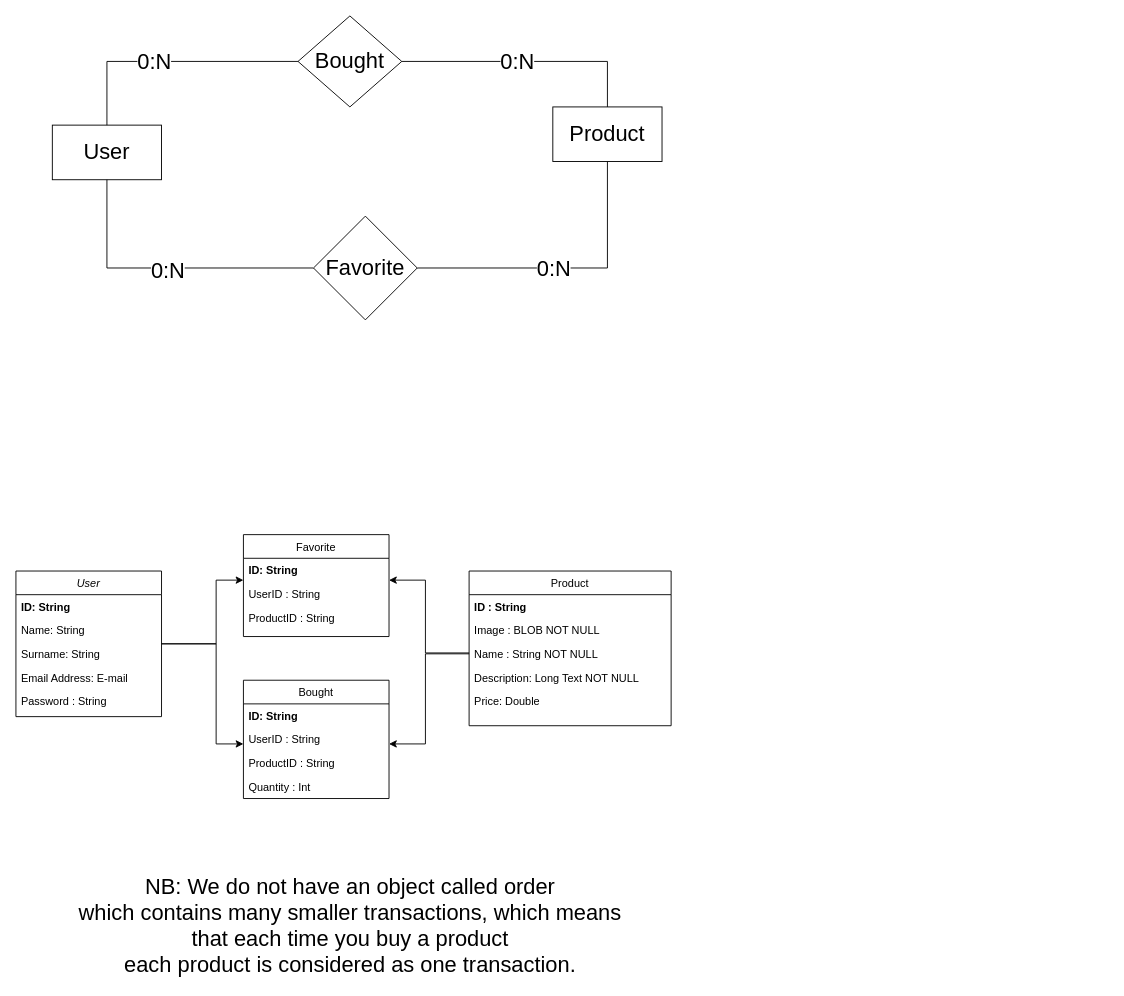
Above: docs/database-structure.drawio in itsPeetah/polimi-dima-2022-ecommerce (draw.io), before the change. Source tidied: cells renumbered, new cells numbered last; positions are measured from the earlier drawing's top-left corner, leaving out a move shared by most shapes. Both pictures are drawn from the tidied source at 91%, with x=0, y=0 at pixel (15, 15).
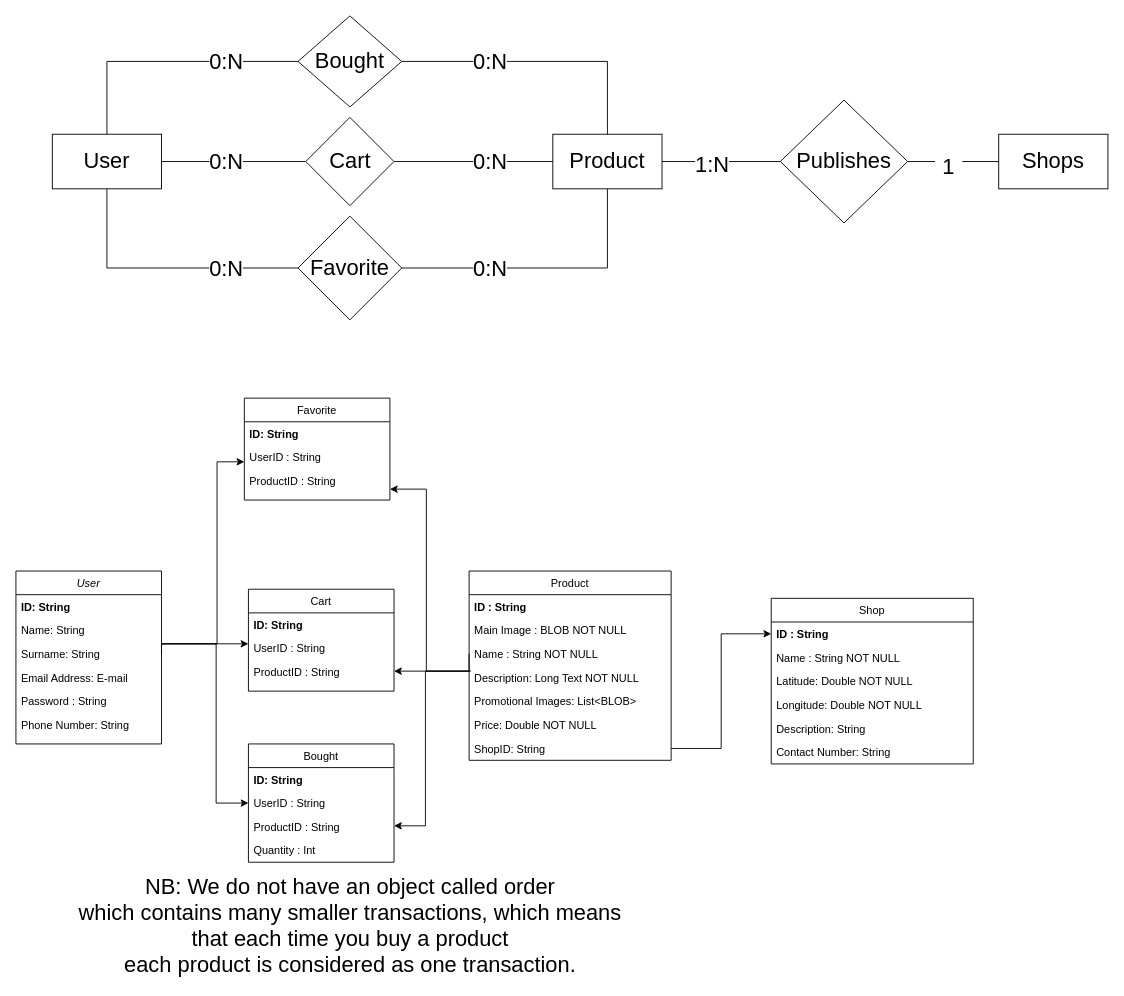
After the change.

The change refers to these unchanged cells:
```xml
<mxCell id="7" value="Surname: String" style="text;align=left;verticalAlign=top;spacingLeft=4;spacingRight=4;overflow=hidden;points=[[0,0.5],[1,0.5]];portConstraint=eastwest;rounded=0;shadow=0;html=0;" parent="4" vertex="1">
  <mxGeometry y="78" width="160" height="26" as="geometry" />
</mxCell>
<mxCell id="18" value="Name : String NOT NULL" style="text;align=left;verticalAlign=top;spacingLeft=4;spacingRight=4;overflow=hidden;points=[[0,0.5],[1,0.5]];portConstraint=eastwest;rounded=0;shadow=0;html=0;" parent="15" vertex="1">
  <mxGeometry y="78" width="222" height="26" as="geometry" />
</mxCell>
<mxCell id="27" style="endArrow=none;html=1;rounded=0;fontSize=24;exitX=0.5;exitY=0;exitDx=0;exitDy=0;entryX=0;entryY=0.5;entryDx=0;entryDy=0;" parent="1" edge="1" source="21" target="22">
  <mxGeometry relative="1" as="geometry">
    <Array as="points">
      <mxPoint x="100" y="50" />
    </Array>
  </mxGeometry>
</mxCell>
```

Diff of the diagram source:
```diff
@@
     <mxCell id="2" style="edgeStyle=orthogonalEdgeStyle;rounded=0;jettySize=auto;html=1;fontSize=24;" parent="1" edge="1" source="4" target="10">
       <mxGeometry relative="1" as="geometry">
         <Array as="points">
-          <mxPoint x="220" y="690" />
-          <mxPoint x="220" y="620" />
+          <mxPoint x="240" y="690" />
+          <mxPoint x="240" y="690" />
         </Array>
       </mxGeometry>
     </mxCell>
     <mxCell id="3" style="edgeStyle=orthogonalEdgeStyle;rounded=0;jettySize=auto;html=1;fontSize=24;" parent="1" edge="1" source="4" target="33">
       <mxGeometry relative="1" as="geometry">
         <Array as="points">
           <mxPoint x="220" y="690" />
-          <mxPoint x="220" y="800" />
+          <mxPoint x="220" y="865" />
         </Array>
       </mxGeometry>
     </mxCell>
     <mxCell id="4" value="User" style="swimlane;fontStyle=2;align=center;verticalAlign=top;horizontal=1;startSize=26;rounded=0;shadow=0;strokeWidth=1;" parent="1" vertex="1">
-      <mxGeometry y="610" width="160" height="160" as="geometry" />
+      <mxGeometry y="610" width="160" height="190" as="geometry" />
     </mxCell>
@@
+    <mxCell id="40" value="Phone Number: String" style="text;align=left;verticalAlign=top;spacingLeft=4;spacingRight=4;overflow=hidden;" parent="4" vertex="1">
+      <mxGeometry y="156" width="160" height="26" as="geometry" />
+    </mxCell>
-    <mxCell id="10" value="Favorite" style="swimlane;fontStyle=0;align=center;verticalAlign=top;horizontal=1;startSize=26;rounded=0;shadow=0;strokeWidth=1;" parent="1" vertex="1">
-      <mxGeometry x="250" y="570" width="160" height="112" as="geometry" />
+    <mxCell id="10" value="Cart" style="swimlane;fontStyle=0;align=center;verticalAlign=top;horizontal=1;startSize=26;rounded=0;shadow=0;strokeWidth=1;" parent="1" vertex="1">
+      <mxGeometry x="255.5" y="630" width="160" height="112" as="geometry" />
     </mxCell>
@@
     <mxCell id="14" style="edgeStyle=orthogonalEdgeStyle;rounded=0;jettySize=auto;html=1;fontSize=24;" parent="1" edge="1" source="15" target="10">
       <mxGeometry relative="1" as="geometry">
         <Array as="points">
-          <mxPoint x="450" y="700" />
-          <mxPoint x="450" y="620" />
+          <mxPoint x="450" y="720" />
+          <mxPoint x="450" y="720" />
         </Array>
       </mxGeometry>
     </mxCell>
     <mxCell id="15" value="Product" style="swimlane;fontStyle=0;align=center;verticalAlign=top;horizontal=1;startSize=26;rounded=0;shadow=0;strokeWidth=1;" parent="1" vertex="1">
-      <mxGeometry x="498" y="610" width="222" height="170" as="geometry" />
+      <mxGeometry x="498" y="610" width="222" height="208" as="geometry" />
     </mxCell>
@@
-    <mxCell id="17" value="Image : BLOB NOT NULL" style="text;align=left;verticalAlign=top;spacingLeft=4;spacingRight=4;overflow=hidden;rounded=0;shadow=0;html=0;" parent="15" vertex="1">
+    <mxCell id="17" value="Main Image : BLOB NOT NULL" style="text;align=left;verticalAlign=top;spacingLeft=4;spacingRight=4;overflow=hidden;rounded=0;shadow=0;html=0;" parent="15" vertex="1">
       <mxGeometry y="52" width="222" height="26" as="geometry" />
     </mxCell>
@@
-    <mxCell id="20" value="Price: Double" style="text;align=left;verticalAlign=top;spacingLeft=4;spacingRight=4;overflow=hidden;rounded=0;shadow=0;html=0;" parent="15" vertex="1">
+    <mxCell id="20" value="Promotional Images: List&lt;BLOB&gt;" style="text;align=left;verticalAlign=top;spacingLeft=4;spacingRight=4;overflow=hidden;rounded=0;shadow=0;html=0;" parent="15" vertex="1">
       <mxGeometry y="130" width="222" height="26" as="geometry" />
     </mxCell>
+    <mxCell id="41" value="Price: Double NOT NULL" style="text;align=left;verticalAlign=top;spacingLeft=4;spacingRight=4;overflow=hidden;rounded=0;shadow=0;html=0;" parent="15" vertex="1">
+      <mxGeometry y="156" width="222" height="26" as="geometry" />
+    </mxCell>
+    <mxCell id="42" value="ShopID: String" style="text;align=left;verticalAlign=top;spacingLeft=4;spacingRight=4;overflow=hidden;points=[[0,0.5],[1,0.5]];portConstraint=eastwest;rounded=0;shadow=0;html=0;" parent="15" vertex="1">
+      <mxGeometry y="182" width="222" height="26" as="geometry" />
+    </mxCell>
     <mxCell id="21" value="&lt;font style=&quot;font-size: 24px;&quot;&gt;User&lt;/font&gt;" style="rounded=0;whiteSpace=wrap;html=1;" parent="1" vertex="1">
-      <mxGeometry x="40" y="120" width="120" height="60" as="geometry" />
+      <mxGeometry x="40" y="130" width="120" height="60" as="geometry" />
     </mxCell>
@@
     <mxCell id="23" value="Favorite" style="rhombus;whiteSpace=wrap;html=1;fontSize=24;" parent="1" vertex="1">
-      <mxGeometry x="327" y="220" width="114" height="114" as="geometry" />
+      <mxGeometry x="310" y="220" width="114" height="114" as="geometry" />
     </mxCell>
     <mxCell id="24" value="Product" style="rounded=0;whiteSpace=wrap;html=1;fontSize=24;" parent="1" vertex="1">
-      <mxGeometry x="590" y="100" width="120" height="60" as="geometry" />
+      <mxGeometry x="590" y="130" width="120" height="60" as="geometry" />
     </mxCell>
@@
     <mxCell id="28" value="0:N" style="edgeLabel;html=1;align=center;verticalAlign=middle;fontSize=24;" parent="27" vertex="1">
       <mxGeometry x="-0.06" y="-2" relative="1" as="geometry">
-        <mxPoint x="-11" y="-2" as="offset" />
+        <mxPoint x="74" y="-2" as="offset" />
       </mxGeometry>
     </mxCell>
@@
     <mxCell id="30" value="0:N" style="edgeLabel;html=1;align=center;verticalAlign=middle;fontSize=24;" parent="1" vertex="1">
-      <mxGeometry x="550" y="50" as="geometry" />
+      <mxGeometry x="520" y="50" as="geometry" />
     </mxCell>
-    <mxCell id="31" value="0:N" style="edgeLabel;html=1;align=center;verticalAlign=middle;fontSize=24;" parent="1" vertex="1">
-      <mxGeometry x="130" y="190" as="geometry">
-        <mxPoint x="36" y="89" as="offset" />
-      </mxGeometry>
-    </mxCell>
     <mxCell id="32" value="0:N" style="edgeLabel;html=1;align=center;verticalAlign=middle;fontSize=24;" parent="1" vertex="1">
-      <mxGeometry x="590" y="277" as="geometry" />
+      <mxGeometry x="520" y="277" as="geometry" />
     </mxCell>
     <mxCell id="33" value="Bought" style="swimlane;fontStyle=0;align=center;verticalAlign=top;horizontal=1;startSize=26;rounded=0;shadow=0;strokeWidth=1;" parent="1" vertex="1">
-      <mxGeometry x="250" y="730" width="160" height="130" as="geometry" />
+      <mxGeometry x="255.5" y="800" width="160" height="130" as="geometry" />
     </mxCell>
@@
-    <mxCell id="38" style="edgeStyle=orthogonalEdgeStyle;rounded=0;jettySize=auto;html=1;fontSize=24;" parent="1" edge="1" source="18" target="33">
+    <mxCell id="38" style="edgeStyle=orthogonalEdgeStyle;rounded=0;jettySize=auto;html=1;fontSize=24;" parent="1" edge="1" target="33">
       <mxGeometry relative="1" as="geometry">
+        <mxPoint x="500" y="720" as="sourcePoint" />
         <Array as="points">
-          <mxPoint x="450" y="701" />
-          <mxPoint x="450" y="800" />
+          <mxPoint x="450" y="720" />
+          <mxPoint x="450" y="890" />
         </Array>
       </mxGeometry>
     </mxCell>
@@
+    <mxCell id="43" value="Publishes" style="rhombus;whiteSpace=wrap;html=1;fontSize=24;" parent="1" vertex="1">
+      <mxGeometry x="840" y="92.5" width="139.9" height="135" as="geometry" />
+    </mxCell>
+    <mxCell id="44" value="Shops" style="rounded=0;whiteSpace=wrap;html=1;fontSize=24;" parent="1" vertex="1">
+      <mxGeometry x="1080" y="130" width="120" height="60" as="geometry" />
+    </mxCell>
+    <mxCell id="45" style="endArrow=none;html=1;rounded=0;exitX=1;exitY=0.5;exitDx=0;exitDy=0;entryX=0;entryY=0.5;entryDx=0;entryDy=0;startArrow=none;" parent="1" edge="1" source="48" target="44">
+      <mxGeometry relative="1" as="geometry" />
+    </mxCell>
+    <mxCell id="46" style="endArrow=none;html=1;rounded=0;exitX=1;exitY=0.5;exitDx=0;exitDy=0;entryX=0;entryY=0.5;entryDx=0;entryDy=0;" parent="1" edge="1" source="24" target="43">
+      <mxGeometry relative="1" as="geometry" />
+    </mxCell>
+    <mxCell id="47" value="1:N" style="edgeLabel;html=1;align=center;verticalAlign=middle;fontSize=24;" parent="1" vertex="1">
+      <mxGeometry x="870" y="80" as="geometry">
+        <mxPoint x="-106" y="83" as="offset" />
+      </mxGeometry>
+    </mxCell>
+    <mxCell id="48" value="&lt;span style=&quot;color: rgb(0, 0, 0); font-family: Helvetica; font-size: 24px; font-style: normal; font-variant-ligatures: normal; font-variant-caps: normal; font-weight: 400; letter-spacing: normal; orphans: 2; text-indent: 0px; text-transform: none; widows: 2; word-spacing: 0px; -webkit-text-stroke-width: 0px; background-color: rgb(255, 255, 255); text-decoration-thickness: initial; text-decoration-style: initial; text-decoration-color: initial; float: none; display: inline !important;&quot;&gt;1&lt;/span&gt;" style="text;whiteSpace=wrap;html=1;align=center;" parent="1" vertex="1">
+      <mxGeometry x="1010" y="145" width="30" height="30" as="geometry" />
+    </mxCell>
+    <mxCell id="49" style="endArrow=none;html=1;rounded=0;exitX=1;exitY=0.5;exitDx=0;exitDy=0;entryX=0;entryY=0.5;entryDx=0;entryDy=0;" parent="1" edge="1" source="43" target="48">
+      <mxGeometry relative="1" as="geometry" />
+    </mxCell>
+    <mxCell id="50" value="Shop" style="swimlane;fontStyle=0;align=center;verticalAlign=top;horizontal=1;startSize=26;rounded=0;shadow=0;strokeWidth=1;" parent="1" vertex="1">
+      <mxGeometry x="830" y="640" width="222" height="182" as="geometry" />
+    </mxCell>
+    <mxCell id="51" value="ID : String" style="text;align=left;verticalAlign=top;spacingLeft=4;spacingRight=4;overflow=hidden;points=[[0,0.5],[1,0.5]];portConstraint=eastwest;fontStyle=1;" parent="50" vertex="1">
+      <mxGeometry y="26" width="222" height="26" as="geometry" />
+    </mxCell>
+    <mxCell id="52" value="Name : String NOT NULL" style="text;align=left;verticalAlign=top;spacingLeft=4;spacingRight=4;overflow=hidden;rounded=0;shadow=0;html=0;" parent="50" vertex="1">
+      <mxGeometry y="52" width="222" height="26" as="geometry" />
+    </mxCell>
+    <mxCell id="53" value="Latitude: Double NOT NULL " style="text;align=left;verticalAlign=top;spacingLeft=4;spacingRight=4;overflow=hidden;rounded=0;shadow=0;html=0;" parent="50" vertex="1">
+      <mxGeometry y="78" width="222" height="26" as="geometry" />
+    </mxCell>
+    <mxCell id="54" value="Longitude: Double NOT NULL " style="text;align=left;verticalAlign=top;spacingLeft=4;spacingRight=4;overflow=hidden;rounded=0;shadow=0;html=0;" parent="50" vertex="1">
+      <mxGeometry y="104" width="222" height="26" as="geometry" />
+    </mxCell>
+    <mxCell id="55" value="Description: String" style="text;align=left;verticalAlign=top;spacingLeft=4;spacingRight=4;overflow=hidden;rounded=0;shadow=0;html=0;" parent="50" vertex="1">
+      <mxGeometry y="130" width="222" height="26" as="geometry" />
+    </mxCell>
+    <mxCell id="56" value="Contact Number: String" style="text;align=left;verticalAlign=top;spacingLeft=4;spacingRight=4;overflow=hidden;rounded=0;shadow=0;html=0;" parent="50" vertex="1">
+      <mxGeometry y="156" width="222" height="26" as="geometry" />
+    </mxCell>
+    <mxCell id="57" style="edgeStyle=orthogonalEdgeStyle;rounded=0;jettySize=auto;html=1;entryX=0;entryY=0.5;entryDx=0;entryDy=0;" parent="1" edge="1" source="42" target="51">
+      <mxGeometry relative="1" as="geometry" />
+    </mxCell>
+    <mxCell id="58" style="endArrow=none;html=1;rounded=0;exitX=1;exitY=0.5;exitDx=0;exitDy=0;entryX=0;entryY=0.5;entryDx=0;entryDy=0;" parent="1" edge="1" source="21" target="59">
+      <mxGeometry relative="1" as="geometry" />
+    </mxCell>
+    <mxCell id="59" value="Cart" style="rhombus;whiteSpace=wrap;html=1;fontSize=24;" parent="1" vertex="1">
+      <mxGeometry x="318.5" y="111.5" width="97" height="97" as="geometry" />
+    </mxCell>
+    <mxCell id="60" style="endArrow=none;html=1;rounded=0;exitX=1;exitY=0.5;exitDx=0;exitDy=0;entryX=0;entryY=0.5;entryDx=0;entryDy=0;" parent="1" edge="1" source="59" target="24">
+      <mxGeometry relative="1" as="geometry" />
+    </mxCell>
+    <mxCell id="61" style="edgeStyle=orthogonalEdgeStyle;rounded=0;jettySize=auto;html=1;fontSize=24;exitX=1;exitY=0.5;exitDx=0;exitDy=0;" parent="1" edge="1" source="7" target="62">
+      <mxGeometry relative="1" as="geometry">
+        <Array as="points">
+          <mxPoint x="160" y="690" />
+          <mxPoint x="221" y="690" />
+          <mxPoint x="221" y="490" />
+        </Array>
+      </mxGeometry>
+    </mxCell>
+    <mxCell id="62" value="Favorite" style="swimlane;fontStyle=0;align=center;verticalAlign=top;horizontal=1;startSize=26;rounded=0;shadow=0;strokeWidth=1;" parent="1" vertex="1">
+      <mxGeometry x="251" y="420" width="160" height="112" as="geometry" />
+    </mxCell>
+    <mxCell id="63" value="ID: String" style="text;align=left;verticalAlign=top;spacingLeft=4;spacingRight=4;overflow=hidden;fontStyle=1;" parent="62" vertex="1">
+      <mxGeometry y="26" width="160" height="26" as="geometry" />
+    </mxCell>
+    <mxCell id="64" value="UserID : String" style="text;align=left;verticalAlign=top;spacingLeft=4;spacingRight=4;overflow=hidden;" parent="62" vertex="1">
+      <mxGeometry y="52" width="160" height="26" as="geometry" />
+    </mxCell>
+    <mxCell id="65" value="ProductID : String" style="text;align=left;verticalAlign=top;spacingLeft=4;spacingRight=4;overflow=hidden;" parent="62" vertex="1">
+      <mxGeometry y="78" width="160" height="26" as="geometry" />
+    </mxCell>
+    <mxCell id="66" style="edgeStyle=orthogonalEdgeStyle;rounded=0;jettySize=auto;html=1;fontSize=24;exitX=0;exitY=0.5;exitDx=0;exitDy=0;" parent="1" edge="1" source="18" target="62">
+      <mxGeometry relative="1" as="geometry">
+        <Array as="points">
+          <mxPoint x="498" y="720" />
+          <mxPoint x="451" y="720" />
+          <mxPoint x="451" y="520" />
+        </Array>
+      </mxGeometry>
+    </mxCell>
+    <mxCell id="67" value="0:N" style="edgeLabel;html=1;align=center;verticalAlign=middle;fontSize=24;" parent="1" vertex="1">
+      <mxGeometry x="230" y="160" as="geometry" />
+    </mxCell>
+    <mxCell id="68" value="0:N" style="edgeLabel;html=1;align=center;verticalAlign=middle;fontSize=24;" parent="1" vertex="1">
+      <mxGeometry x="520" y="160" as="geometry" />
+    </mxCell>
+    <mxCell id="69" value="0:N" style="edgeLabel;html=1;align=center;verticalAlign=middle;fontSize=24;" parent="1" vertex="1">
+      <mxGeometry x="230" y="277" as="geometry" />
+    </mxCell>
```
